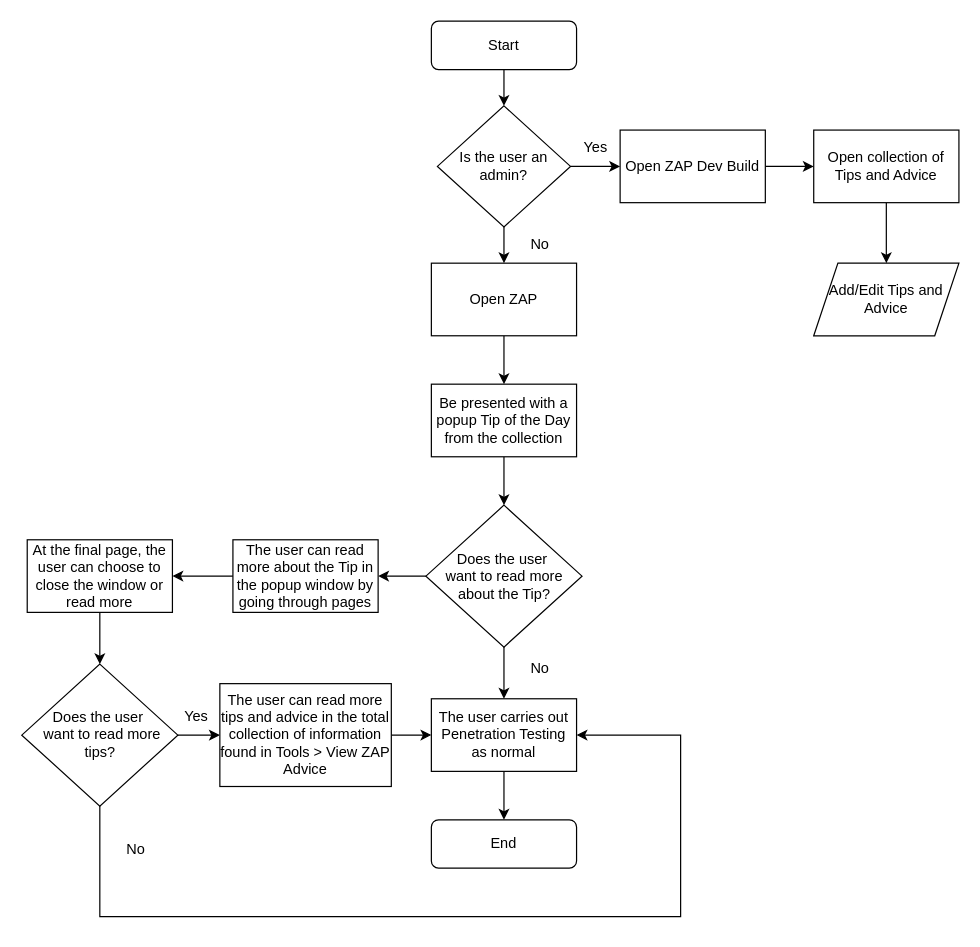
This is Documentation/FYP Flow Diagram.drawio from unaisq1/finalyearproject, a draw.io file, before an edit. Source tidied: cells renumbered, new cells numbered last; positions are measured from the earlier drawing's top-left corner, leaving out a move shared by most shapes. Both pictures are drawn from the tidied source at 121%, with x=0, y=0 at pixel (22, 21).
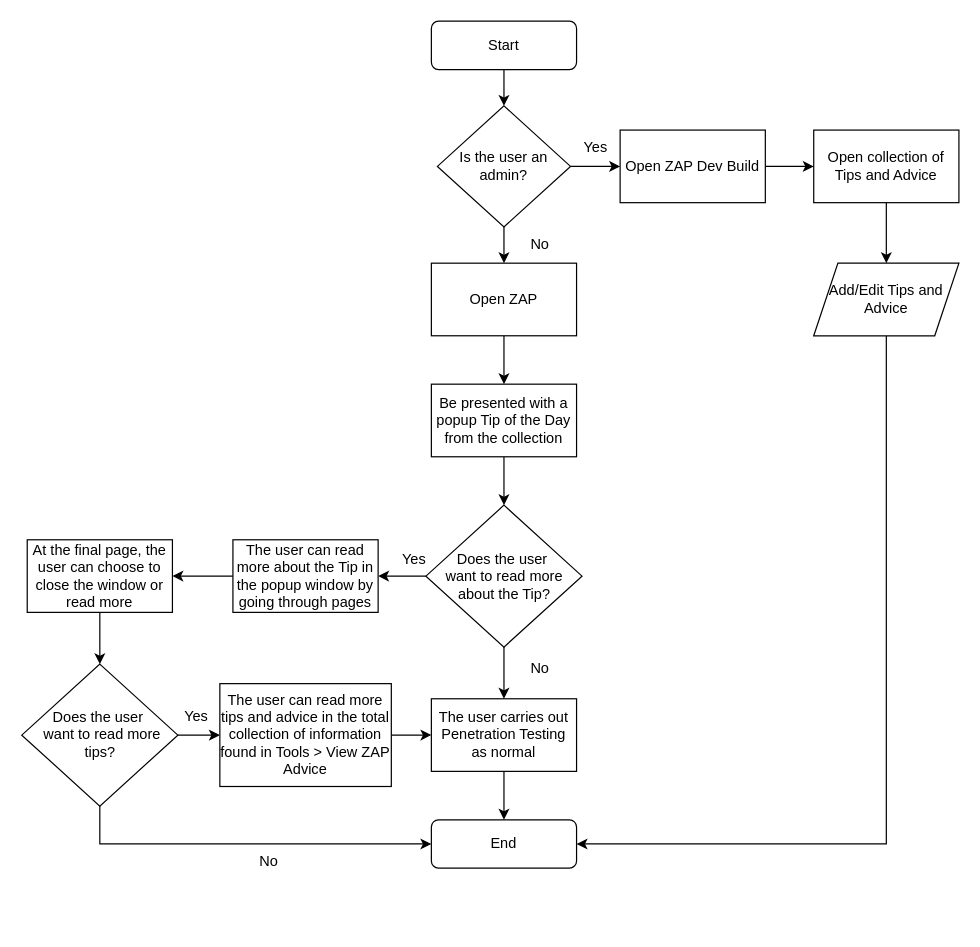
The same page after the edit.

Commit message (it also covers changes not shown here):
Flow and Use Case Diagrams edited

Unchanged cells that the change refers to:
```xml
<mxCell id="4" value="End" style="rounded=1;whiteSpace=wrap;html=1;fontSize=12;glass=0;strokeWidth=1;shadow=0;" parent="1" vertex="1">
  <mxGeometry x="338" y="660" width="120" height="40" as="geometry" />
</mxCell>
<mxCell id="10" value="Add/Edit Tips and Advice" style="shape=parallelogram;perimeter=parallelogramPerimeter;whiteSpace=wrap;html=1;fixedSize=1;" parent="1" vertex="1">
  <mxGeometry x="654" y="200" width="120" height="60" as="geometry" />
</mxCell>
<mxCell id="24" value="The user carries out Penetration Testing as normal" style="rounded=0;whiteSpace=wrap;html=1;" parent="1" vertex="1">
  <mxGeometry x="338" y="560" width="120" height="60" as="geometry" />
</mxCell>
<mxCell id="32" value="Does the user&amp;nbsp;&lt;div&gt;&lt;span style=&quot;background-color: transparent; color: light-dark(rgb(0, 0, 0), rgb(255, 255, 255));&quot;&gt;&amp;nbsp;want to read more tips?&lt;/span&gt;&lt;/div&gt;" style="rhombus;whiteSpace=wrap;html=1;" parent="1" vertex="1">
  <mxGeometry x="-0.5" y="531.4" width="129" height="117.3" as="geometry" />
</mxCell>
```

The edit, as a diff of the source:
```diff
@@
+    <mxCell id="37" style="edgeStyle=orthogonalEdgeStyle;rounded=0;jettySize=auto;html=1;" parent="1" edge="1" source="10" target="4">
+      <mxGeometry relative="1" as="geometry">
+        <Array as="points">
+          <mxPoint x="714" y="680" />
+        </Array>
+      </mxGeometry>
+    </mxCell>
@@
-    <mxCell id="30" style="edgeStyle=orthogonalEdgeStyle;rounded=0;jettySize=auto;html=1;" parent="1" edge="1" source="32" target="24">
+    <mxCell id="30" style="edgeStyle=orthogonalEdgeStyle;rounded=0;jettySize=auto;html=1;" parent="1" edge="1" source="32" target="4">
       <mxGeometry relative="1" as="geometry">
         <Array as="points">
-          <mxPoint x="64" y="740" />
-          <mxPoint x="544" y="740" />
-          <mxPoint x="544" y="590" />
+          <mxPoint x="64" y="680" />
         </Array>
       </mxGeometry>
     </mxCell>
@@
     <mxCell id="35" value="No" style="text;html=1;align=center;verticalAlign=middle;whiteSpace=wrap;rounded=0;" parent="1" vertex="1">
-      <mxGeometry x="64" y="670" width="60" height="30" as="geometry" />
+      <mxGeometry x="174" y="680" width="60" height="30" as="geometry" />
     </mxCell>
@@
+    <mxCell id="38" value="Yes" style="text;html=1;align=center;verticalAlign=middle;whiteSpace=wrap;rounded=0;" parent="1" vertex="1">
+      <mxGeometry x="294" y="430" width="60" height="30" as="geometry" />
+    </mxCell>
```
